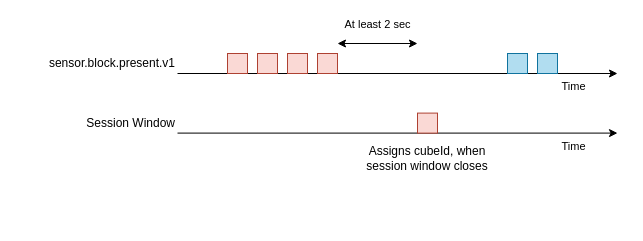
This is page "BlockColorTopologyTimeline" (2 of 6) of doc/images/graphs/kafka-streaming-topology.drawio from ielpo/edpo-project-group1, a draw.io file, before an edit. Source tidied: cells renumbered, new cells numbered last; positions are measured from the earlier drawing's top-left corner, leaving out a move shared by most shapes. Both pictures are drawn from the tidied source at 100%, with x=0, y=0 at pixel (17, 43).
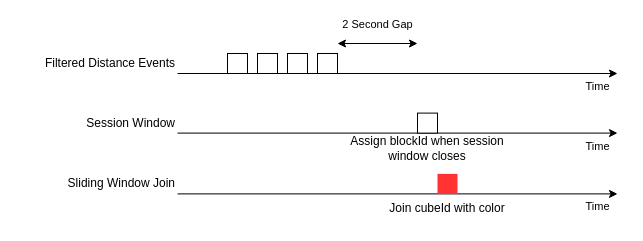
Above is the later version.

Diff of the diagram source:
```diff
@@
     <mxCell id="2" value="Time" style="endArrow=classic;html=1;rounded=0;verticalAlign=top;" parent="1" edge="1">
-      <mxGeometry x="0.8" relative="1" as="geometry">
+      <mxGeometry x="0.91" relative="1" as="geometry">
         <mxPoint x="160" y="30" as="sourcePoint" />
         <mxPoint x="600" y="30" as="targetPoint" />
       </mxGeometry>
     </mxCell>
-    <mxCell id="3" style="whiteSpace=wrap;html=1;fillColor=#fad9d5;strokeColor=#ae4132;" parent="1" vertex="1">
+    <mxCell id="3" style="whiteSpace=wrap;html=1;" parent="1" vertex="1">
       <mxGeometry x="210" y="10" width="20" height="20" as="geometry" />
     </mxCell>
-    <mxCell id="4" style="whiteSpace=wrap;html=1;fillColor=#fad9d5;strokeColor=#ae4132;" parent="1" vertex="1">
+    <mxCell id="4" style="whiteSpace=wrap;html=1;" parent="1" vertex="1">
       <mxGeometry x="240" y="10" width="20" height="20" as="geometry" />
     </mxCell>
-    <mxCell id="5" style="whiteSpace=wrap;html=1;fillColor=#fad9d5;strokeColor=#ae4132;" parent="1" vertex="1">
+    <mxCell id="5" style="whiteSpace=wrap;html=1;" parent="1" vertex="1">
       <mxGeometry x="270" y="10" width="20" height="20" as="geometry" />
     </mxCell>
-    <mxCell id="6" style="whiteSpace=wrap;html=1;fillColor=#fad9d5;strokeColor=#ae4132;" parent="1" vertex="1">
+    <mxCell id="6" style="whiteSpace=wrap;html=1;" parent="1" vertex="1">
       <mxGeometry x="300" y="10" width="20" height="20" as="geometry" />
     </mxCell>
-    <mxCell id="7" style="whiteSpace=wrap;html=1;fillColor=#b1ddf0;strokeColor=#10739e;" parent="1" vertex="1">
-      <mxGeometry x="490" y="10" width="20" height="20" as="geometry" />
-    </mxCell>
-    <mxCell id="8" style="whiteSpace=wrap;html=1;fillColor=#b1ddf0;strokeColor=#10739e;" parent="1" vertex="1">
-      <mxGeometry x="520" y="10" width="20" height="20" as="geometry" />
-    </mxCell>
     <mxCell id="9" value="Time" style="endArrow=classic;html=1;rounded=0;verticalAlign=top;" parent="1" edge="1">
-      <mxGeometry x="0.8" relative="1" as="geometry">
+      <mxGeometry x="0.91" relative="1" as="geometry">
         <mxPoint x="160" y="89.6" as="sourcePoint" />
         <mxPoint x="600" y="89.6" as="targetPoint" />
       </mxGeometry>
     </mxCell>
-    <mxCell id="10" style="whiteSpace=wrap;html=1;fillColor=#fad9d5;strokeColor=#ae4132;" parent="1" vertex="1">
+    <mxCell id="10" style="whiteSpace=wrap;html=1;" parent="1" vertex="1">
       <mxGeometry x="400" y="69.6" width="20" height="20" as="geometry" />
     </mxCell>
-    <mxCell id="11" value="At least 2 sec" style="endArrow=classic;startArrow=classic;html=1;rounded=0;verticalAlign=bottom;" parent="1" edge="1">
+    <mxCell id="11" value="2 Second Gap" style="endArrow=classic;startArrow=classic;html=1;rounded=0;verticalAlign=bottom;" parent="1" edge="1">
       <mxGeometry y="10" relative="1" as="geometry">
         <mxPoint x="320" as="sourcePoint" />
         <mxPoint x="400" as="targetPoint" />
       </mxGeometry>
     </mxCell>
-    <mxCell id="12" value="sensor.block.present.v1" style="text;html=1;whiteSpace=wrap;strokeColor=none;fillColor=none;align=right;verticalAlign=middle;rounded=0;" parent="1" vertex="1">
+    <mxCell id="12" value="Filtered Distance Events" style="text;html=1;whiteSpace=wrap;strokeColor=none;fillColor=none;align=right;verticalAlign=middle;rounded=0;" parent="1" vertex="1">
       <mxGeometry y="10" width="160" height="20" as="geometry" />
     </mxCell>
@@
-    <mxCell id="14" value="Assigns cubeId, when session window closes" style="text;html=1;align=center;verticalAlign=middle;whiteSpace=wrap;rounded=0;" parent="1" vertex="1">
-      <mxGeometry x="330" y="100" width="160" height="30" as="geometry" />
+    <mxCell id="14" value="Assign blockId when session window closes" style="text;html=1;align=center;verticalAlign=middle;whiteSpace=wrap;rounded=0;" parent="1" vertex="1">
+      <mxGeometry x="330" y="89.6" width="160" height="30" as="geometry" />
     </mxCell>
+    <mxCell id="15" value="Time" style="endArrow=classic;html=1;rounded=0;verticalAlign=top;" parent="1" edge="1">
+      <mxGeometry x="0.91" relative="1" as="geometry">
+        <mxPoint x="160" y="150.4" as="sourcePoint" />
+        <mxPoint x="600" y="150.4" as="targetPoint" />
+      </mxGeometry>
+    </mxCell>
+    <mxCell id="16" style="whiteSpace=wrap;html=1;fillColor=#FF3333;strokeColor=none;" parent="1" vertex="1">
+      <mxGeometry x="420" y="130.4" width="20" height="20" as="geometry" />
+    </mxCell>
+    <mxCell id="17" value="Sliding Window Join" style="text;html=1;whiteSpace=wrap;strokeColor=none;fillColor=none;align=right;verticalAlign=middle;rounded=0;" parent="1" vertex="1">
+      <mxGeometry y="130.4" width="160" height="20" as="geometry" />
+    </mxCell>
+    <mxCell id="18" value="Join cubeId with color" style="text;html=1;align=center;verticalAlign=middle;whiteSpace=wrap;rounded=0;" parent="1" vertex="1">
+      <mxGeometry x="350" y="150.4" width="160" height="30" as="geometry" />
+    </mxCell>
```
